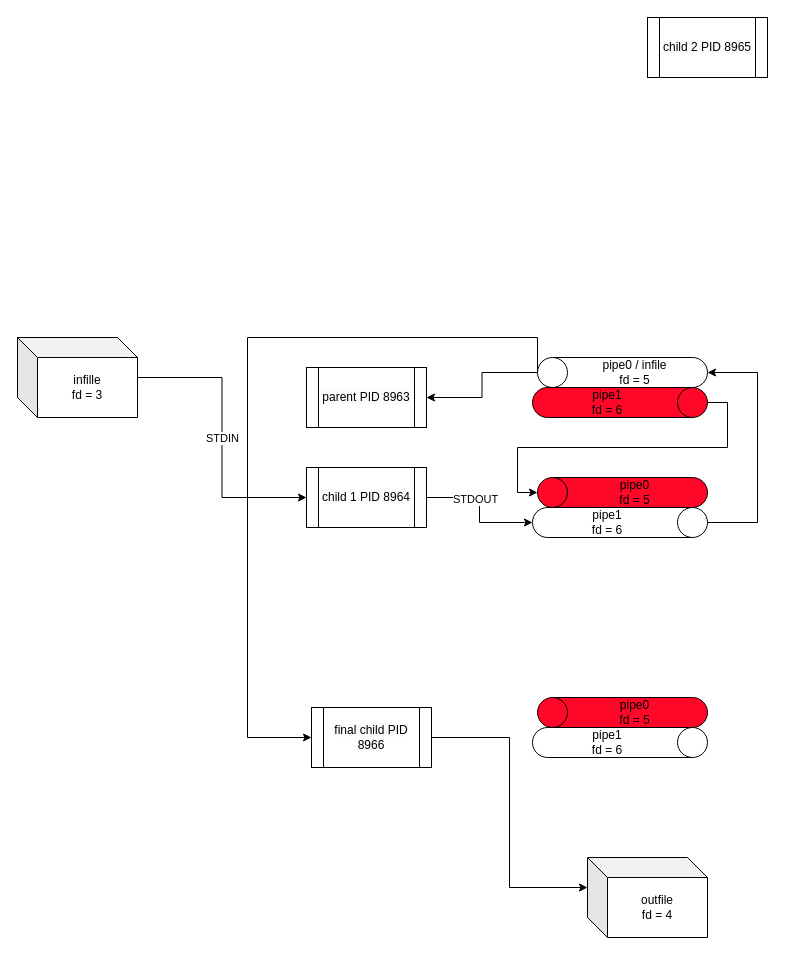
Above: resources/Diagrama sin título.drawio in odruke/pipex (draw.io), before the change. Source tidied: cells renumbered, new cells numbered last; positions are measured from the earlier drawing's top-left corner, leaving out a move shared by most shapes. Both pictures are drawn from the tidied source at 100%, with x=0, y=0 at pixel (17, 17).
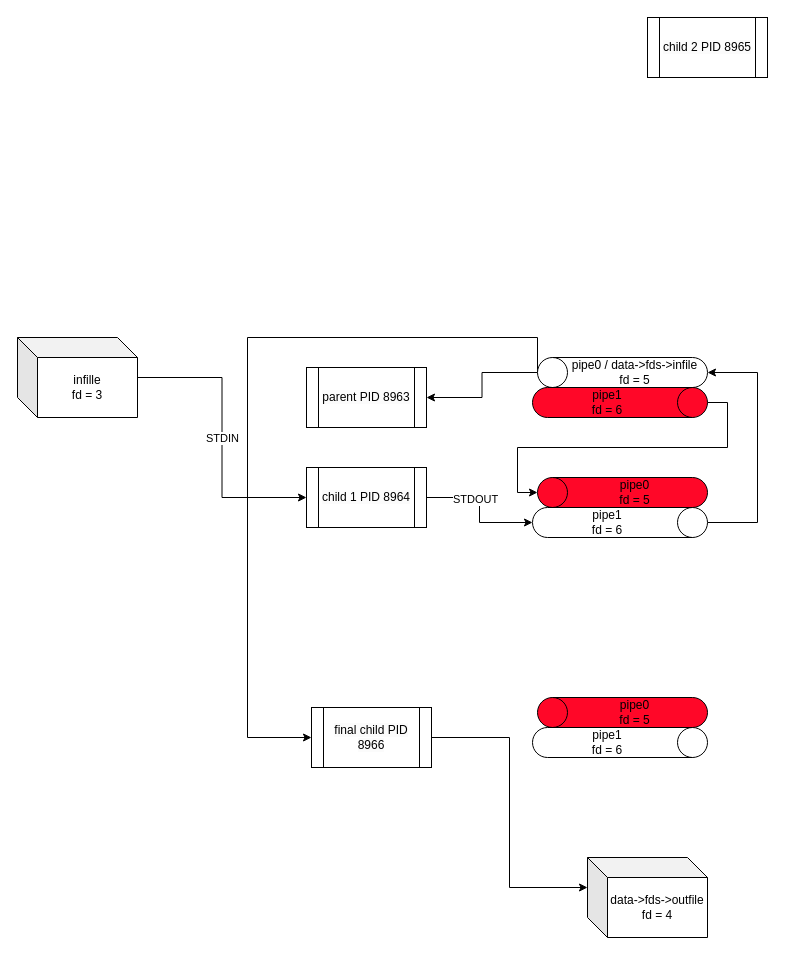
The same diagram, later.

Change to the diagram source:
```diff
@@
-    <mxCell id="4" value="pipe0 / infile&lt;div&gt;fd = 5&lt;/div&gt;" style="shape=cylinder3;whiteSpace=wrap;html=1;boundedLbl=1;backgroundOutline=1;size=15;direction=north;" parent="1" vertex="1">
+    <mxCell id="4" value="pipe0 / data-&gt;fds-&gt;infile&lt;div&gt;fd = 5&lt;/div&gt;" style="shape=cylinder3;whiteSpace=wrap;html=1;boundedLbl=1;backgroundOutline=1;size=15;direction=north;" parent="1" vertex="1">
       <mxGeometry x="520" y="340" width="170" height="30" as="geometry" />
     </mxCell>
@@
-    <mxCell id="7" value="outfile&lt;div&gt;fd = 4&lt;/div&gt;" style="shape=cube;whiteSpace=wrap;html=1;boundedLbl=1;backgroundOutline=1;darkOpacity=0.05;darkOpacity2=0.1;" parent="1" vertex="1">
+    <mxCell id="7" value="data-&gt;fds-&gt;outfile&lt;div&gt;fd = 4&lt;/div&gt;" style="shape=cube;whiteSpace=wrap;html=1;boundedLbl=1;backgroundOutline=1;darkOpacity=0.05;darkOpacity2=0.1;" parent="1" vertex="1">
       <mxGeometry x="570" y="840" width="120" height="80" as="geometry" />
     </mxCell>
```
